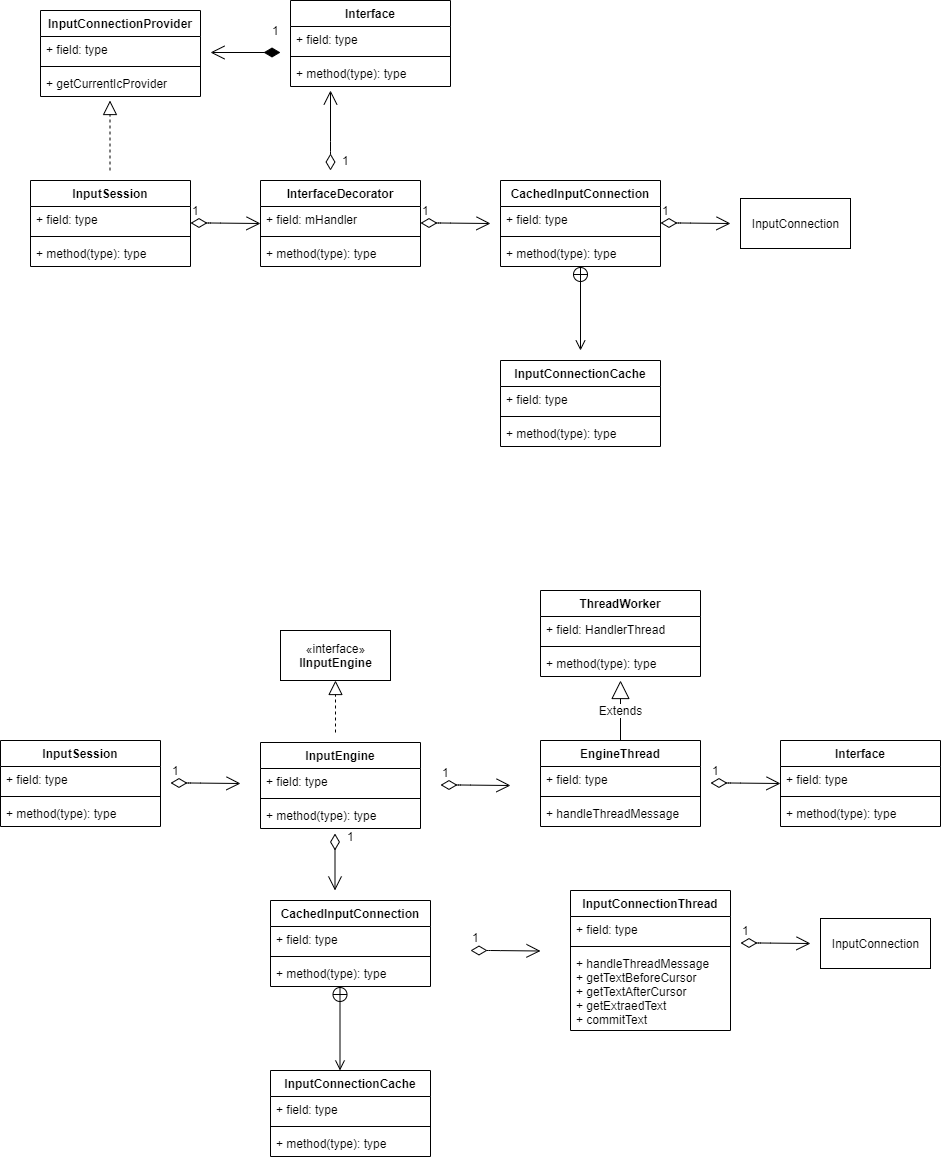
Earlier version of the draw.io export input/foreign-input-improve.png (chonglv/charts). Source tidied: cells renumbered, new cells last; positions are measured from the earlier drawing's top-left corner, leaving out a move shared by most shapes.
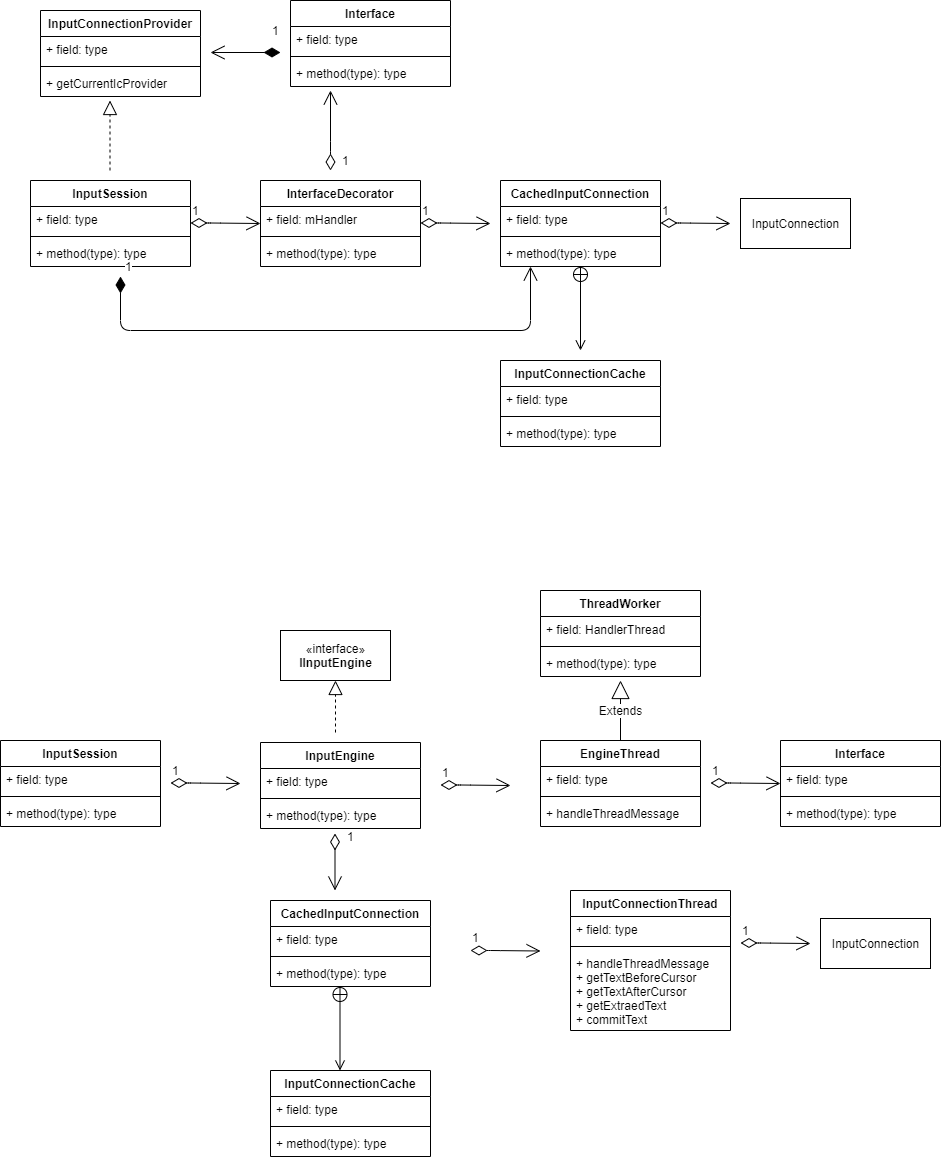
Later version of the same file.

Diff of the diagram source:
```diff
@@ -314,5 +314,15 @@
         <mxPoint x="210" y="52" as="targetPoint" />
       </mxGeometry>
     </mxCell>
+    <mxCell id="77" value="1" style="endArrow=open;html=1;endSize=12;startArrow=diamondThin;startSize=14;startFill=1;edgeStyle=orthogonalEdgeStyle;align=left;verticalAlign=bottom;" parent="1" edge="1">
+      <mxGeometry x="-1" y="3" relative="1" as="geometry">
+        <mxPoint x="120" y="276" as="sourcePoint" />
+        <mxPoint x="530" y="266" as="targetPoint" />
+        <Array as="points">
+          <mxPoint x="120" y="330" />
+          <mxPoint x="530" y="330" />
+        </Array>
+      </mxGeometry>
+    </mxCell>
   </root>
 </mxGraphModel>
```
